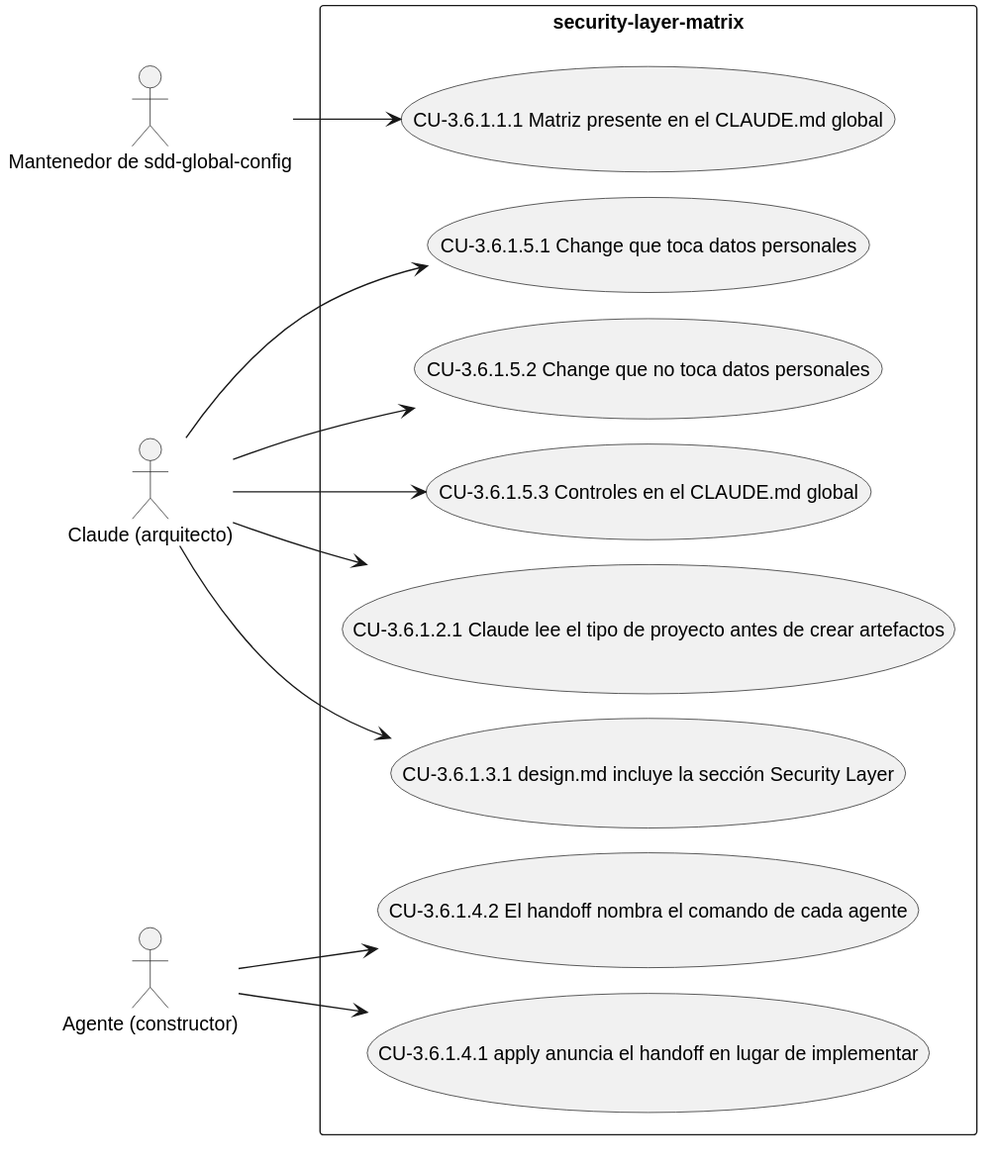
Above: docs/diagramas/CAP-3.6.1.svg in Lautaro-Montecchiani/sdd-global-config (PlantUML), before the change.
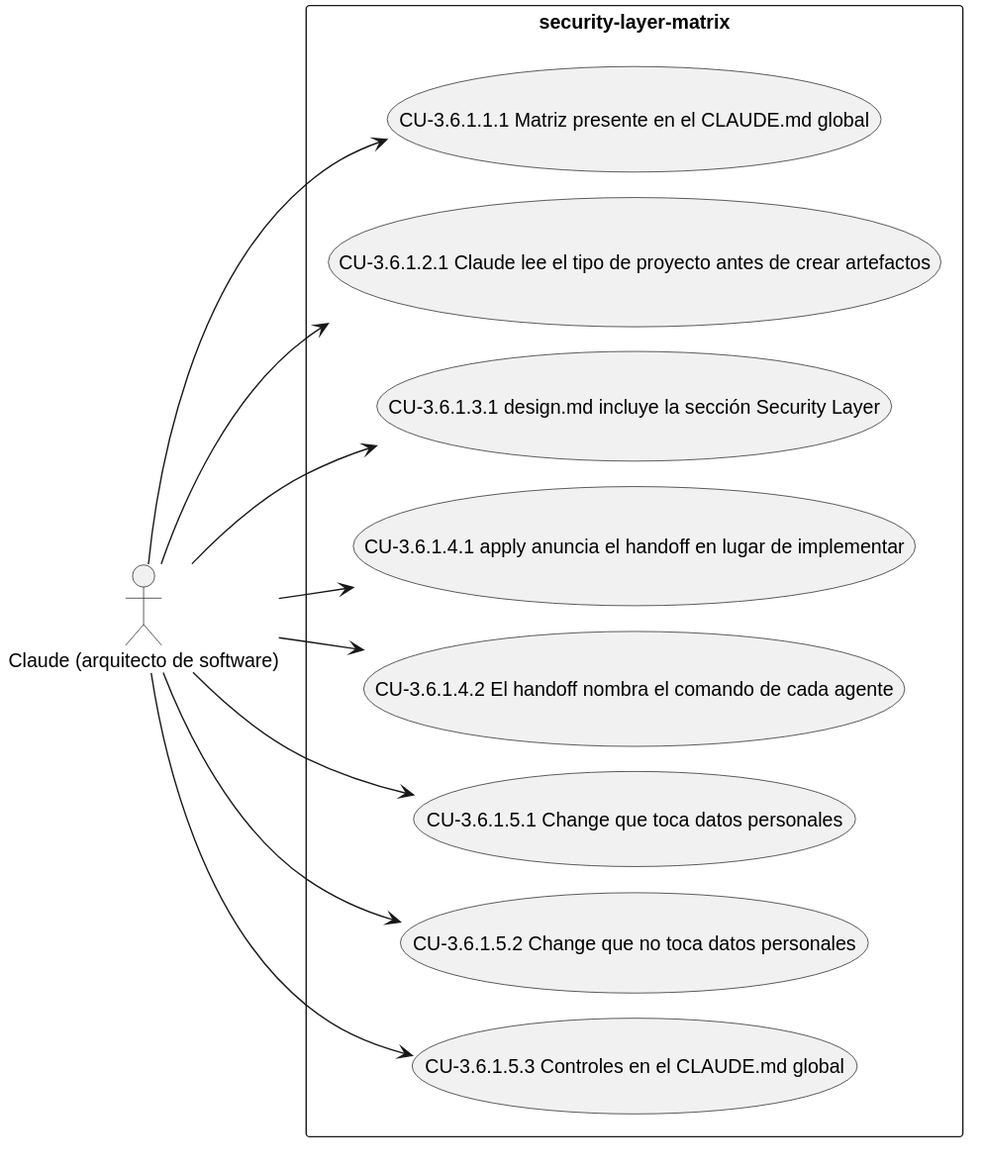
The same diagram one commit later.

Change to the diagram source:
```diff
@@ -1,9 +1,7 @@
 @startuml
 !pragma layout smetana
 left to right direction
-actor "Mantenedor de sdd-global-config" as A1
-actor "Claude (arquitecto)" as A2
-actor "Agente (constructor)" as A3
+actor "Claude (arquitecto de software)" as A1
 rectangle "security-layer-matrix" {
   usecase "CU-3.6.1.1.1 Matriz presente en el CLAUDE.md global" as UC_3_6_1_1_1
   usecase "CU-3.6.1.2.1 Claude lee el tipo de proyecto antes de crear artefactos" as UC_3_6_1_2_1
@@ -15,11 +13,11 @@
   usecase "CU-3.6.1.5.3 Controles en el CLAUDE.md global" as UC_3_6_1_5_3
 }
 A1 --> UC_3_6_1_1_1
-A2 --> UC_3_6_1_2_1
-A2 --> UC_3_6_1_3_1
-A3 --> UC_3_6_1_4_1
-A3 --> UC_3_6_1_4_2
-A2 --> UC_3_6_1_5_1
-A2 --> UC_3_6_1_5_2
-A2 --> UC_3_6_1_5_3
+A1 --> UC_3_6_1_2_1
+A1 --> UC_3_6_1_3_1
+A1 --> UC_3_6_1_4_1
+A1 --> UC_3_6_1_4_2
+A1 --> UC_3_6_1_5_1
+A1 --> UC_3_6_1_5_2
+A1 --> UC_3_6_1_5_3
 @enduml
```
